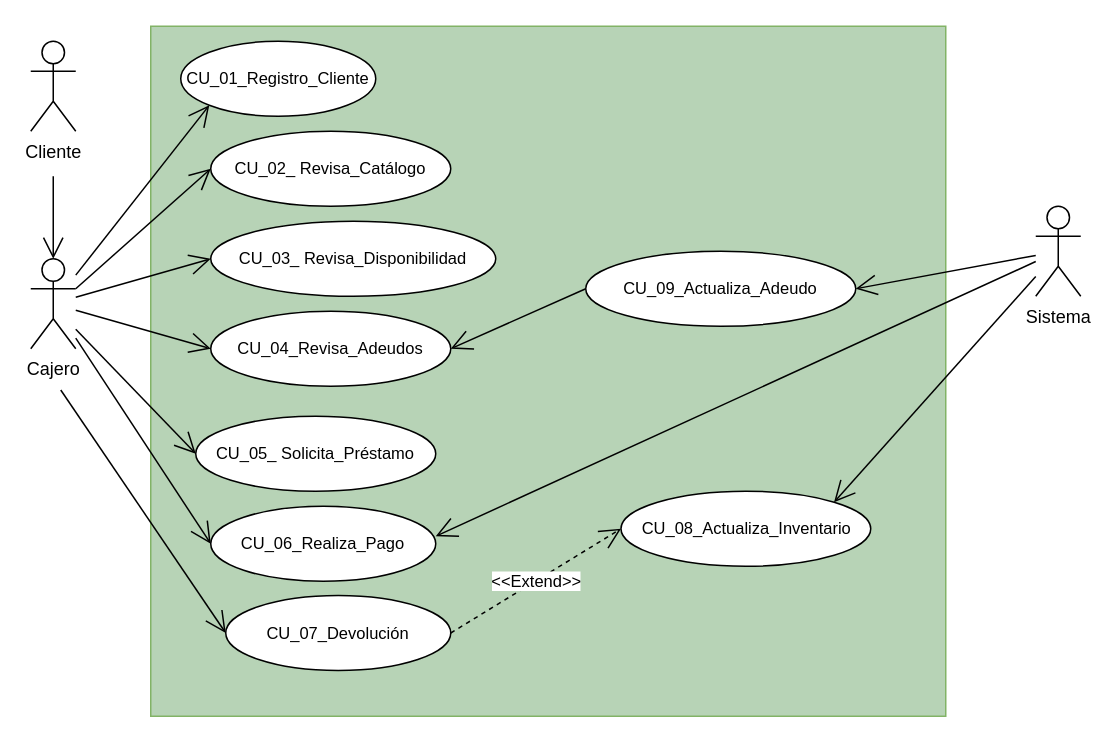
This is page "Página-6" (6 of 8) of Casos de uso Blockbuster.drawio from andreamorenom/Laboratorio-Empresarial, a draw.io file, before an edit. Source tidied: cells renumbered, new cells numbered last; positions are measured from the earlier drawing's top-left corner, leaving out a move shared by most shapes. Both pictures are drawn from the tidied source at 150%, with x=0, y=0 at pixel (30, 26).
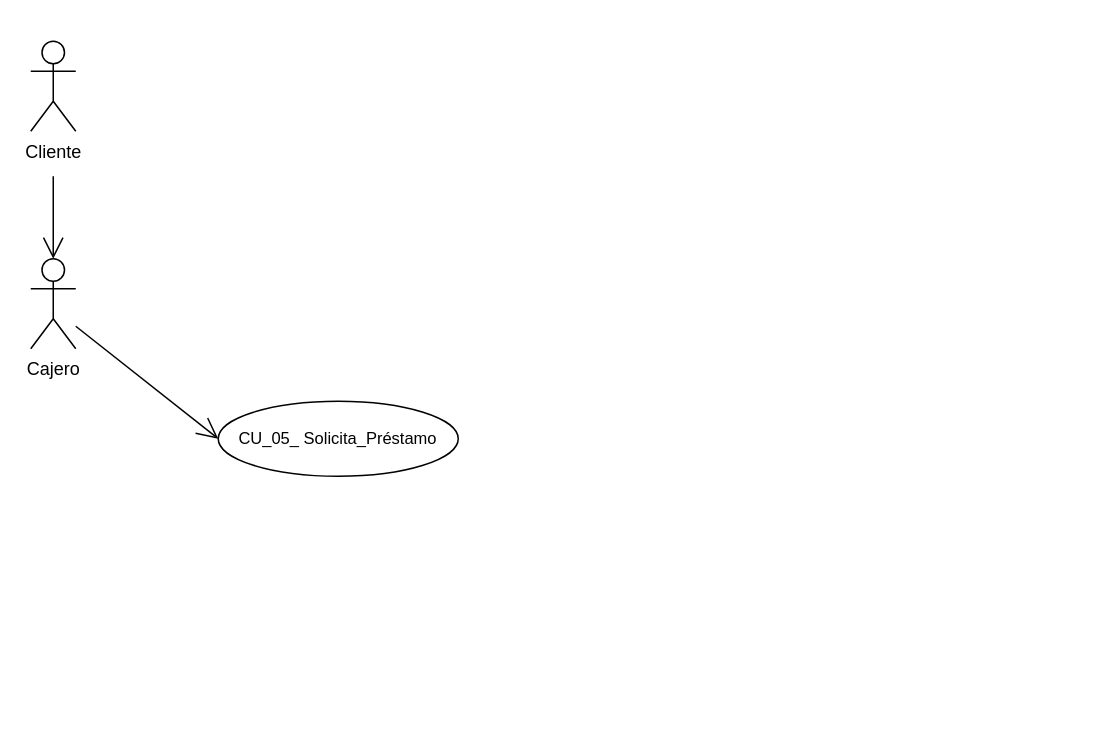
The same page after the edit.

The change refers to these unchanged cells:
```xml
<mxCell id="7" value="Cajero" style="shape=umlActor;verticalLabelPosition=bottom;verticalAlign=top;html=1;outlineConnect=0;" parent="1" vertex="1">
  <mxGeometry y="155" width="30" height="60" as="geometry" />
</mxCell>
```

Change to the diagram source:
```diff
@@
-    <mxCell id="3" style="rounded=0;whiteSpace=wrap;html=1;fillColor=light-dark(#b7d3b6, #1f2f1e);strokeColor=#82b366;" parent="1" vertex="1">
-      <mxGeometry x="80" width="530" height="460" as="geometry" />
-    </mxCell>
-    <mxCell id="4" value="&lt;font style=&quot;font-size: 11px;&quot;&gt;CU_01_Registro_Cliente&lt;/font&gt;" style="ellipse;whiteSpace=wrap;html=1;" parent="1" vertex="1">
-      <mxGeometry x="100" y="10" width="130" height="50" as="geometry" />
-    </mxCell>
-    <mxCell id="5" value="&lt;font style=&quot;font-size: 11px;&quot;&gt;CU_02_ Revisa_Catálogo&lt;/font&gt;" style="ellipse;whiteSpace=wrap;html=1;" parent="1" vertex="1">
-      <mxGeometry x="120" y="70" width="160" height="50" as="geometry" />
-    </mxCell>
-    <mxCell id="6" value="&lt;font style=&quot;font-size: 11px;&quot;&gt;CU_03_ Revisa_Disponibilidad&lt;/font&gt;" style="ellipse;whiteSpace=wrap;html=1;" parent="1" vertex="1">
-      <mxGeometry x="120" y="130" width="190" height="50" as="geometry" />
-    </mxCell>
@@
     <mxCell id="8" value="&lt;font style=&quot;font-size: 11px;&quot;&gt;CU_05_ Solicita_Préstamo&lt;/font&gt;" style="ellipse;whiteSpace=wrap;html=1;" parent="1" vertex="1">
-      <mxGeometry x="110" y="260" width="160" height="50" as="geometry" />
+      <mxGeometry x="125" y="250" width="160" height="50" as="geometry" />
     </mxCell>
-    <mxCell id="9" value="&lt;font style=&quot;font-size: 11px;&quot;&gt;CU_04_Revisa_Adeudos&lt;/font&gt;" style="ellipse;whiteSpace=wrap;html=1;" parent="1" vertex="1">
-      <mxGeometry x="120" y="190" width="160" height="50" as="geometry" />
-    </mxCell>
-    <mxCell id="10" value="&lt;font style=&quot;font-size: 11px;&quot;&gt;CU_06_Realiza_Pago&lt;/font&gt;" style="ellipse;whiteSpace=wrap;html=1;" parent="1" vertex="1">
-      <mxGeometry x="120" y="320" width="150" height="50" as="geometry" />
-    </mxCell>
-    <mxCell id="11" value="&lt;font style=&quot;font-size: 11px;&quot;&gt;CU_07_Devolución&lt;/font&gt;" style="ellipse;whiteSpace=wrap;html=1;" parent="1" vertex="1">
-      <mxGeometry x="130" y="379.5" width="150" height="50" as="geometry" />
-    </mxCell>
-    <mxCell id="12" value="&lt;font style=&quot;font-size: 11px;&quot;&gt;CU_09_Actualiza_Adeudo&lt;/font&gt;" style="ellipse;whiteSpace=wrap;html=1;" parent="1" vertex="1">
-      <mxGeometry x="370" y="150" width="180" height="50" as="geometry" />
-    </mxCell>
-    <mxCell id="13" value="&lt;font style=&quot;font-size: 11px;&quot;&gt;CU_08_Actualiza_Inventario&lt;/font&gt;" style="ellipse;whiteSpace=wrap;html=1;" parent="1" vertex="1">
-      <mxGeometry x="393.5" y="310" width="166.5" height="50" as="geometry" />
-    </mxCell>
-    <mxCell id="14" style="endArrow=open;endFill=1;endSize=12;html=1;rounded=0;entryX=0;entryY=1;entryDx=0;entryDy=0;" parent="1" edge="1" source="7" target="4">
-      <mxGeometry relative="1" as="geometry" />
-    </mxCell>
-    <mxCell id="15" style="endArrow=open;endFill=1;endSize=12;html=1;rounded=0;entryX=0;entryY=0.5;entryDx=0;entryDy=0;exitX=1;exitY=0.3333333333333333;exitDx=0;exitDy=0;exitPerimeter=0;" parent="1" edge="1" source="7" target="5">
-      <mxGeometry relative="1" as="geometry" />
-    </mxCell>
-    <mxCell id="16" style="endArrow=open;endFill=1;endSize=12;html=1;rounded=0;entryX=0;entryY=0.5;entryDx=0;entryDy=0;" parent="1" edge="1" source="7" target="6">
-      <mxGeometry relative="1" as="geometry" />
-    </mxCell>
-    <mxCell id="17" style="endArrow=open;endFill=1;endSize=12;html=1;rounded=0;entryX=0;entryY=0.5;entryDx=0;entryDy=0;" parent="1" edge="1" source="7" target="9">
-      <mxGeometry relative="1" as="geometry" />
-    </mxCell>
-    <mxCell id="18" style="endArrow=open;endFill=1;endSize=12;html=1;rounded=0;entryX=0.5;entryY=0;entryDx=0;entryDy=0;entryPerimeter=0;" parent="1" edge="1" target="7">
-      <mxGeometry relative="1" as="geometry">
-        <mxPoint x="15" y="100" as="sourcePoint" />
-      </mxGeometry>
-    </mxCell>
-    <mxCell id="19" style="endArrow=open;endFill=1;endSize=12;html=1;rounded=0;entryX=0;entryY=0.5;entryDx=0;entryDy=0;" parent="1" edge="1" source="7" target="10">
-      <mxGeometry relative="1" as="geometry" />
-    </mxCell>
-    <mxCell id="20" style="endArrow=open;endFill=1;endSize=12;html=1;rounded=0;entryX=0;entryY=0.5;entryDx=0;entryDy=0;" parent="1" edge="1" target="11">
-      <mxGeometry relative="1" as="geometry">
-        <mxPoint x="20" y="242.5" as="sourcePoint" />
-      </mxGeometry>
-    </mxCell>
-    <mxCell id="21" value="Sistema" style="shape=umlActor;verticalLabelPosition=bottom;verticalAlign=top;html=1;outlineConnect=0;" parent="1" vertex="1">
-      <mxGeometry x="670" y="120" width="30" height="60" as="geometry" />
-    </mxCell>
-    <mxCell id="22" style="endArrow=open;endFill=1;endSize=12;html=1;rounded=0;entryX=1;entryY=0;entryDx=0;entryDy=0;" parent="1" edge="1" source="21" target="13">
-      <mxGeometry relative="1" as="geometry" />
-    </mxCell>
-    <mxCell id="23" value="&amp;lt;&amp;lt;Extend&amp;gt;&amp;gt;" style="endArrow=open;endSize=12;dashed=1;html=1;rounded=0;exitX=1;exitY=0.5;exitDx=0;exitDy=0;entryX=0;entryY=0.5;entryDx=0;entryDy=0;" parent="1" edge="1" source="11" target="13">
-      <mxGeometry relative="1" as="geometry" />
-    </mxCell>
-    <mxCell id="24" style="endArrow=open;endFill=1;endSize=12;html=1;rounded=0;entryX=1;entryY=0.5;entryDx=0;entryDy=0;" parent="1" edge="1" source="21" target="12">
-      <mxGeometry relative="1" as="geometry" />
-    </mxCell>
-    <mxCell id="25" style="endArrow=open;endFill=1;endSize=12;html=1;rounded=0;entryX=1;entryY=0.5;entryDx=0;entryDy=0;exitX=0;exitY=0.5;exitDx=0;exitDy=0;" parent="1" edge="1" source="12" target="9">
-      <mxGeometry relative="1" as="geometry" />
-    </mxCell>
-    <mxCell id="26" style="endArrow=open;endFill=1;endSize=12;html=1;rounded=0;entryX=1;entryY=0;entryDx=0;entryDy=0;" parent="1" edge="1" source="21">
-      <mxGeometry relative="1" as="geometry">
-        <mxPoint x="270" y="340" as="targetPoint" />
-      </mxGeometry>
-    </mxCell>
-    <mxCell id="27" style="endArrow=open;endFill=1;endSize=12;html=1;rounded=0;entryX=0;entryY=0.5;entryDx=0;entryDy=0;" parent="1" edge="1" target="8">
-      <mxGeometry relative="1" as="geometry">
-        <mxPoint x="30" y="202" as="sourcePoint" />
-      </mxGeometry>
-    </mxCell>
+    <mxCell id="28" style="endArrow=open;endFill=1;endSize=12;html=1;rounded=0;entryX=0.5;entryY=0;entryDx=0;entryDy=0;entryPerimeter=0;" parent="1" edge="1" target="7">
+      <mxGeometry relative="1" as="geometry">
+        <mxPoint x="15" y="100" as="sourcePoint" />
+      </mxGeometry>
+    </mxCell>
+    <mxCell id="29" style="endArrow=open;endFill=1;endSize=12;html=1;rounded=0;entryX=0;entryY=0.5;entryDx=0;entryDy=0;" parent="1" edge="1" target="8">
+      <mxGeometry relative="1" as="geometry">
+        <mxPoint x="30" y="200" as="sourcePoint" />
+      </mxGeometry>
+    </mxCell>
```
